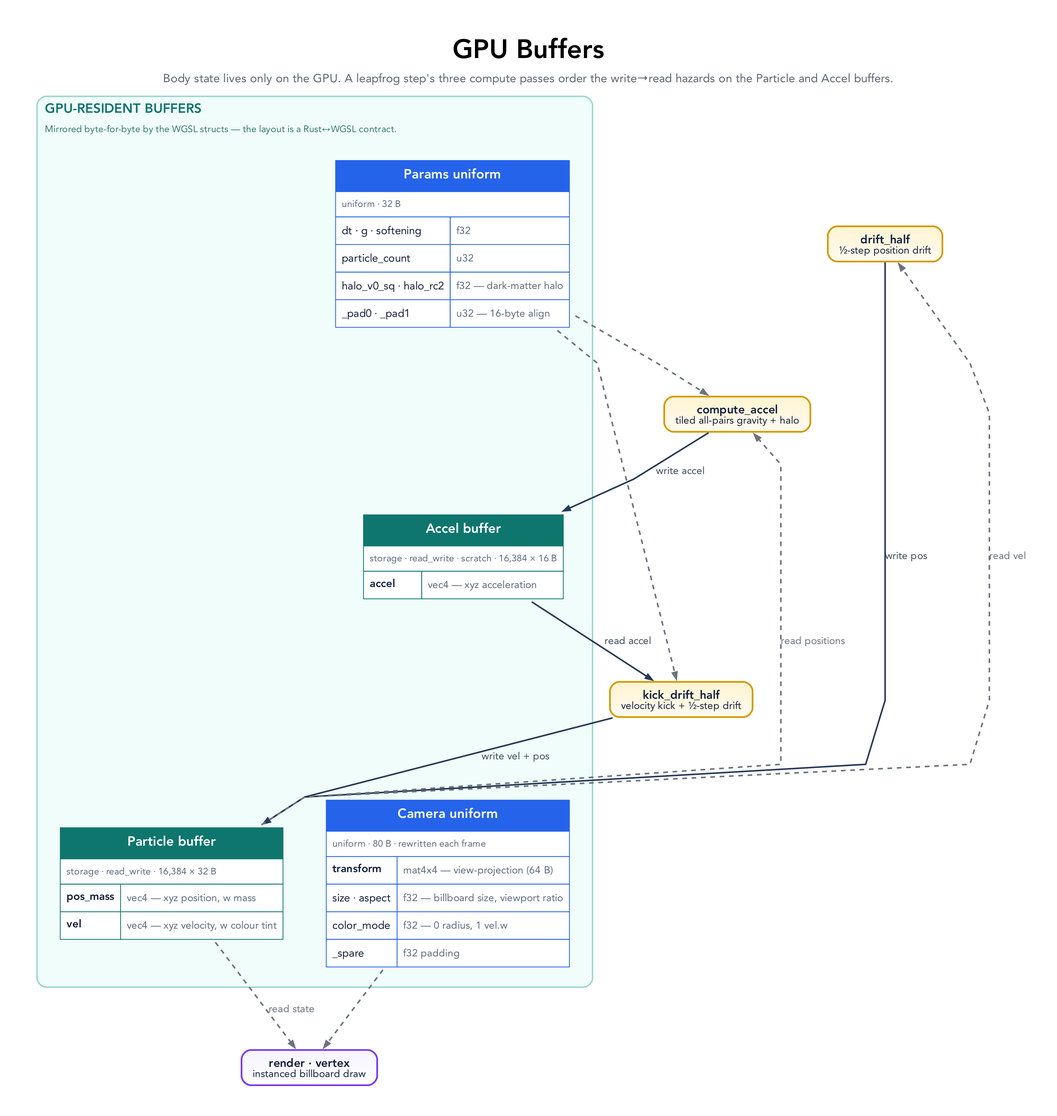
Before: docs/diagrams/gpu-buffers.png, a diagram exported from Graphviz (tre-systems/galacto). Its source is kept beside it as docs/diagrams/gpu-buffers.dot.
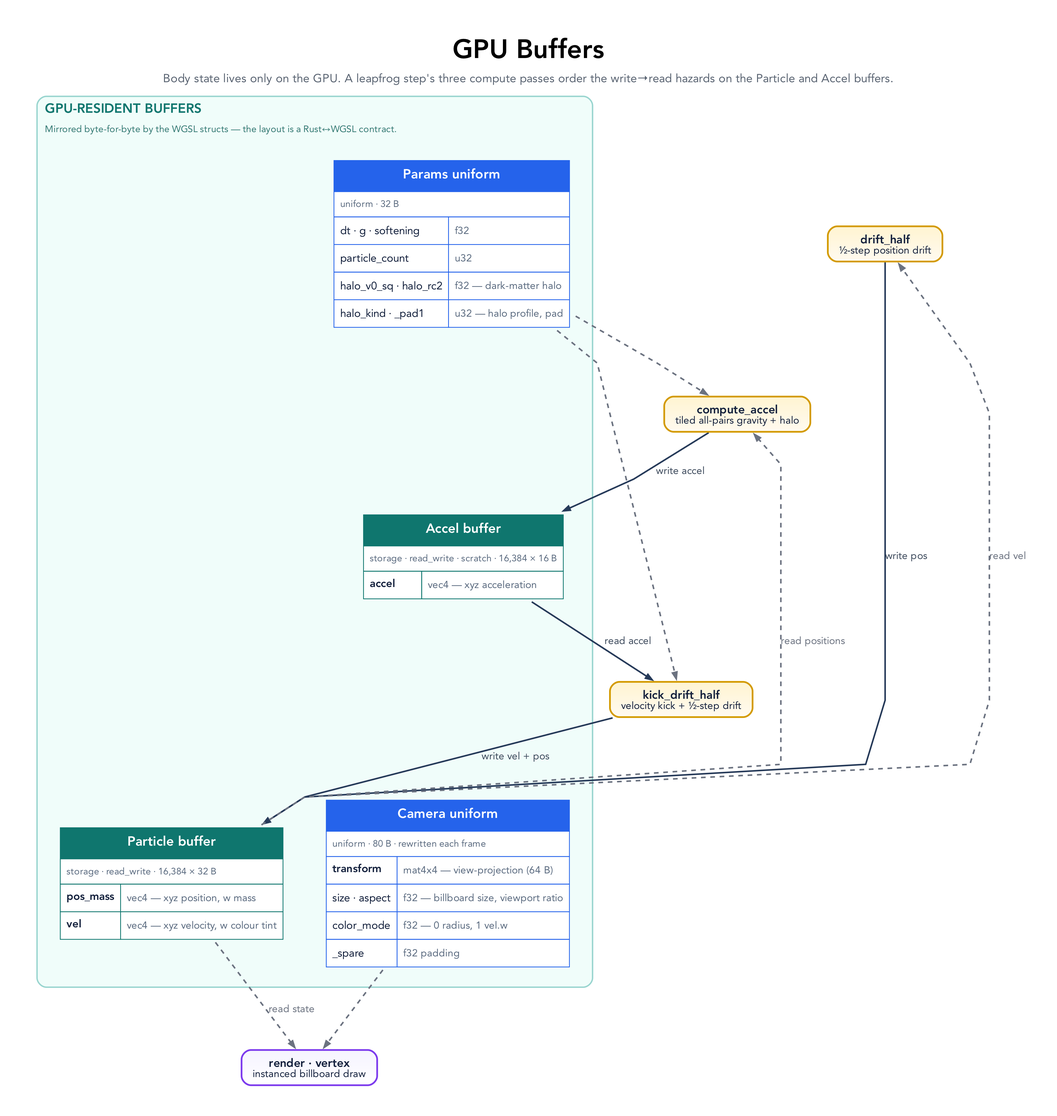
The same diagram one commit later.

Commit message:
feat: selectable NFW dark-matter halo

Diff of the diagram source:
```diff
@@ -81,7 +81,7 @@
         <TR><TD ALIGN="LEFT"><FONT POINT-SIZE="14">dt · g · softening</FONT></TD><TD ALIGN="LEFT"><FONT POINT-SIZE="13" COLOR="#5b6b80">f32</FONT></TD></TR>
         <TR><TD ALIGN="LEFT"><FONT POINT-SIZE="14">particle_count</FONT></TD><TD ALIGN="LEFT"><FONT POINT-SIZE="13" COLOR="#5b6b80">u32</FONT></TD></TR>
         <TR><TD ALIGN="LEFT"><FONT POINT-SIZE="14">halo_v0_sq · halo_rc2</FONT></TD><TD ALIGN="LEFT"><FONT POINT-SIZE="13" COLOR="#5b6b80">f32 — dark-matter halo</FONT></TD></TR>
-        <TR><TD ALIGN="LEFT"><FONT POINT-SIZE="14">_pad0 · _pad1</FONT></TD><TD ALIGN="LEFT"><FONT POINT-SIZE="13" COLOR="#5b6b80">u32 — 16-byte align</FONT></TD></TR>
+        <TR><TD ALIGN="LEFT"><FONT POINT-SIZE="14">halo_kind · _pad1</FONT></TD><TD ALIGN="LEFT"><FONT POINT-SIZE="13" COLOR="#5b6b80">u32 — halo profile, pad</FONT></TD></TR>
       </TABLE>
     >];
 
```
